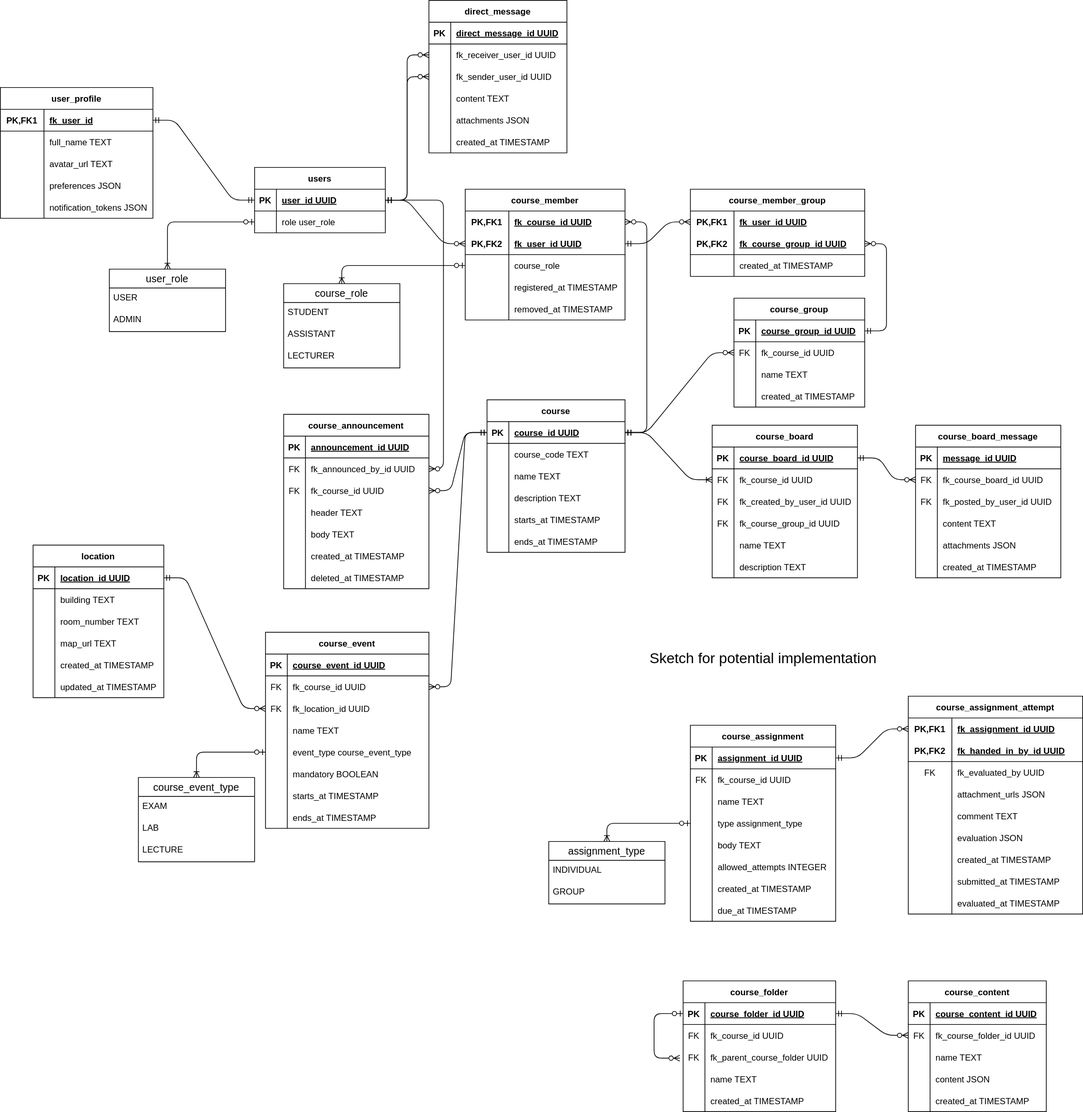
thedatasnok/idata2503-project keeps this draw.io diagram as docs/diagrams/er-diagram.drawio.svg. Above is the earlier version. Source tidied: cells renumbered, new cells last; positions are measured from the earlier drawing's top-left corner, leaving out a move shared by most shapes.
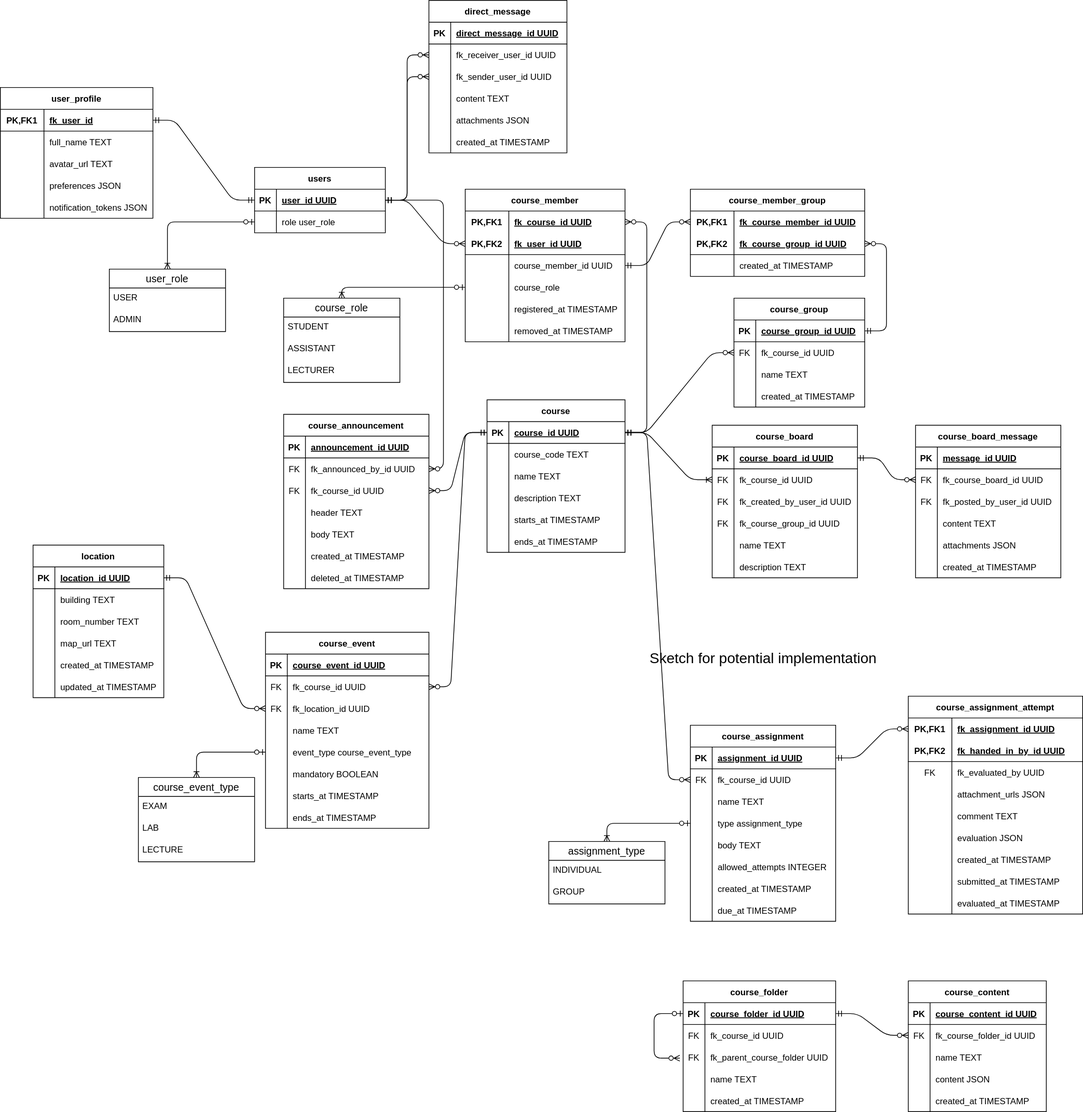
After the change.

Commit message:
docs: add course_member_id to er diagram

this is a helper column to avoid having to inherit composite keys in course memberships

What changed in the source:
```diff
@@ -97,7 +97,7 @@
       <mxGeometry x="30" width="160" height="30" as="geometry" />
     </mxCell>
     <mxCell id="32" value="course_member" style="shape=table;startSize=30;rowLines=0;fontStyle=1;align=center;" parent="1" vertex="1">
-      <mxGeometry x="640" y="260" width="220" height="180" as="geometry" />
+      <mxGeometry x="640" y="260" width="220" height="210" as="geometry" />
     </mxCell>
     <mxCell id="33" style="shape=tableRow;horizontal=0;startSize=0;swimlaneHead=0;swimlaneBody=0;fillColor=none;points=[[0,0.5],[1,0.5]];portConstraint=eastwest;top=0;left=0;right=0;bottom=0;" parent="32" vertex="1">
       <mxGeometry y="30" width="220" height="30" as="geometry" />
@@ -117,8 +117,17 @@
     <mxCell id="38" value="fk_user_id UUID" style="shape=partialRectangle;fillColor=none;top=0;left=0;bottom=0;right=0;align=left;spacingLeft=6;fontStyle=5;overflow=hidden;" parent="36" vertex="1">
       <mxGeometry x="60" width="160" height="30" as="geometry" />
     </mxCell>
+    <mxCell id="327" style="shape=tableRow;horizontal=0;startSize=0;swimlaneHead=0;swimlaneBody=0;fillColor=none;points=[[0,0.5],[1,0.5]];portConstraint=eastwest;top=0;left=0;right=0;bottom=0;" parent="32" vertex="1">
+      <mxGeometry y="90" width="220" height="30" as="geometry" />
+    </mxCell>
+    <mxCell id="328" style="shape=partialRectangle;fillColor=none;top=0;left=0;bottom=0;right=0;overflow=hidden;" parent="327" vertex="1">
+      <mxGeometry width="60" height="30" as="geometry" />
+    </mxCell>
+    <mxCell id="329" value="course_member_id UUID" style="shape=partialRectangle;fillColor=none;top=0;left=0;bottom=0;right=0;align=left;spacingLeft=6;overflow=hidden;" parent="327" vertex="1">
+      <mxGeometry x="60" width="160" height="30" as="geometry" />
+    </mxCell>
     <mxCell id="39" style="shape=tableRow;horizontal=0;startSize=0;swimlaneHead=0;swimlaneBody=0;fillColor=none;points=[[0,0.5],[1,0.5]];portConstraint=eastwest;top=0;left=0;right=0;bottom=0;" parent="32" vertex="1">
-      <mxGeometry y="90" width="220" height="30" as="geometry" />
+      <mxGeometry y="120" width="220" height="30" as="geometry" />
     </mxCell>
     <mxCell id="40" style="shape=partialRectangle;fillColor=none;top=0;left=0;bottom=0;right=0;overflow=hidden;" parent="39" vertex="1">
       <mxGeometry width="60" height="30" as="geometry" />
@@ -127,7 +136,7 @@
       <mxGeometry x="60" width="160" height="30" as="geometry" />
     </mxCell>
     <mxCell id="42" style="shape=tableRow;horizontal=0;startSize=0;swimlaneHead=0;swimlaneBody=0;fillColor=none;top=0;left=0;right=0;bottom=0;" parent="32" vertex="1">
-      <mxGeometry y="120" width="220" height="30" as="geometry" />
+      <mxGeometry y="150" width="220" height="30" as="geometry" />
     </mxCell>
     <mxCell id="43" style="shape=partialRectangle;fillColor=none;top=0;left=0;bottom=0;right=0;overflow=hidden;" parent="42" vertex="1">
       <mxGeometry width="60" height="30" as="geometry" />
@@ -136,7 +145,7 @@
       <mxGeometry x="60" width="160" height="30" as="geometry" />
     </mxCell>
     <mxCell id="45" style="shape=tableRow;horizontal=0;startSize=0;swimlaneHead=0;swimlaneBody=0;fillColor=none;top=0;left=0;right=0;bottom=0;" parent="32" vertex="1">
-      <mxGeometry y="150" width="220" height="30" as="geometry" />
+      <mxGeometry y="180" width="220" height="30" as="geometry" />
     </mxCell>
     <mxCell id="46" style="shape=partialRectangle;fillColor=none;top=0;left=0;bottom=0;right=0;overflow=hidden;" parent="45" vertex="1">
       <mxGeometry width="60" height="30" as="geometry" />
@@ -573,7 +582,7 @@
     <mxCell id="187" value="PK,FK1" style="shape=partialRectangle;fillColor=none;top=0;left=0;bottom=0;right=0;fontStyle=1;overflow=hidden;" parent="186" vertex="1">
       <mxGeometry width="60" height="30" as="geometry" />
     </mxCell>
-    <mxCell id="188" value="fk_user_id UUID" style="shape=partialRectangle;fillColor=none;top=0;left=0;bottom=0;right=0;align=left;spacingLeft=6;fontStyle=5;overflow=hidden;" parent="186" vertex="1">
+    <mxCell id="188" value="fk_course_member_id UUID" style="shape=partialRectangle;fillColor=none;top=0;left=0;bottom=0;right=0;align=left;spacingLeft=6;fontStyle=5;overflow=hidden;" parent="186" vertex="1">
       <mxGeometry x="60" width="180" height="30" as="geometry" />
     </mxCell>
     <mxCell id="189" style="shape=tableRow;horizontal=0;startSize=0;swimlaneHead=0;swimlaneBody=0;fillColor=none;points=[[0,0.5],[1,0.5]];portConstraint=eastwest;top=0;left=0;right=0;bottom=1;" parent="185" vertex="1">
@@ -594,7 +603,7 @@
     <mxCell id="194" value="created_at TIMESTAMP" style="shape=partialRectangle;fillColor=none;top=0;left=0;bottom=0;right=0;align=left;spacingLeft=6;overflow=hidden;" parent="192" vertex="1">
       <mxGeometry x="60" width="180" height="30" as="geometry" />
     </mxCell>
-    <mxCell id="195" style="edgeStyle=entityRelationEdgeStyle;fontSize=12;html=1;endArrow=ERzeroToMany;startArrow=ERmandOne;exitX=1;exitY=0.5;exitDx=0;exitDy=0;entryX=0;entryY=0.5;entryDx=0;entryDy=0;" parent="1" edge="1" source="36" target="186">
+    <mxCell id="195" style="edgeStyle=entityRelationEdgeStyle;fontSize=12;html=1;endArrow=ERzeroToMany;startArrow=ERmandOne;exitX=1;exitY=0.5;exitDx=0;exitDy=0;entryX=0;entryY=0.5;entryDx=0;entryDy=0;" parent="1" edge="1" source="327" target="186">
       <mxGeometry relative="1" as="geometry" />
     </mxCell>
     <mxCell id="196" style="edgeStyle=entityRelationEdgeStyle;fontSize=12;html=1;endArrow=ERzeroToMany;startArrow=ERmandOne;exitX=1;exitY=0.5;exitDx=0;exitDy=0;entryX=1;entryY=0.5;entryDx=0;entryDy=0;" parent="1" edge="1" source="173" target="189">
@@ -604,7 +613,7 @@
       <mxGeometry relative="1" as="geometry" />
     </mxCell>
     <mxCell id="198" value="course_role" style="swimlane;fontStyle=0;horizontal=1;startSize=26;align=center;fontSize=14;" parent="1" vertex="1">
-      <mxGeometry x="390" y="390" width="160" height="116" as="geometry" />
+      <mxGeometry x="390" y="410" width="160" height="116" as="geometry" />
     </mxCell>
     <mxCell id="199" value="STUDENT" style="text;strokeColor=none;fillColor=none;spacingLeft=4;spacingRight=4;overflow=hidden;fontSize=12;" parent="198" vertex="1">
       <mxGeometry y="26" width="160" height="30" as="geometry" />
@@ -618,7 +627,7 @@
     <mxCell id="202" style="fontSize=12;html=1;endArrow=ERoneToMany;startArrow=ERzeroToOne;exitX=0;exitY=0.5;exitDx=0;exitDy=0;entryX=0.5;entryY=0;entryDx=0;entryDy=0;" parent="1" edge="1" source="39" target="198">
       <mxGeometry relative="1" as="geometry">
         <Array as="points">
-          <mxPoint x="470" y="365" />
+          <mxPoint x="470" y="395" />
         </Array>
       </mxGeometry>
     </mxCell>
@@ -1003,5 +1012,8 @@
     <mxCell id="326" style="edgeStyle=entityRelationEdgeStyle;fontSize=12;html=1;endArrow=ERzeroToMany;startArrow=ERmandOne;exitX=1;exitY=0.5;exitDx=0;exitDy=0;entryX=0;entryY=0.5;entryDx=0;entryDy=0;" parent="1" edge="1" source="308" target="210">
       <mxGeometry relative="1" as="geometry" />
     </mxCell>
+    <mxCell id="330" style="edgeStyle=entityRelationEdgeStyle;fontSize=12;html=1;endArrow=ERzeroToMany;startArrow=ERmandOne;exitX=1;exitY=0.5;exitDx=0;exitDy=0;entryX=0;entryY=0.5;entryDx=0;entryDy=0;" parent="1" edge="1" source="14" target="106">
+      <mxGeometry relative="1" as="geometry" />
+    </mxCell>
   </root>
 </mxGraphModel>
```
